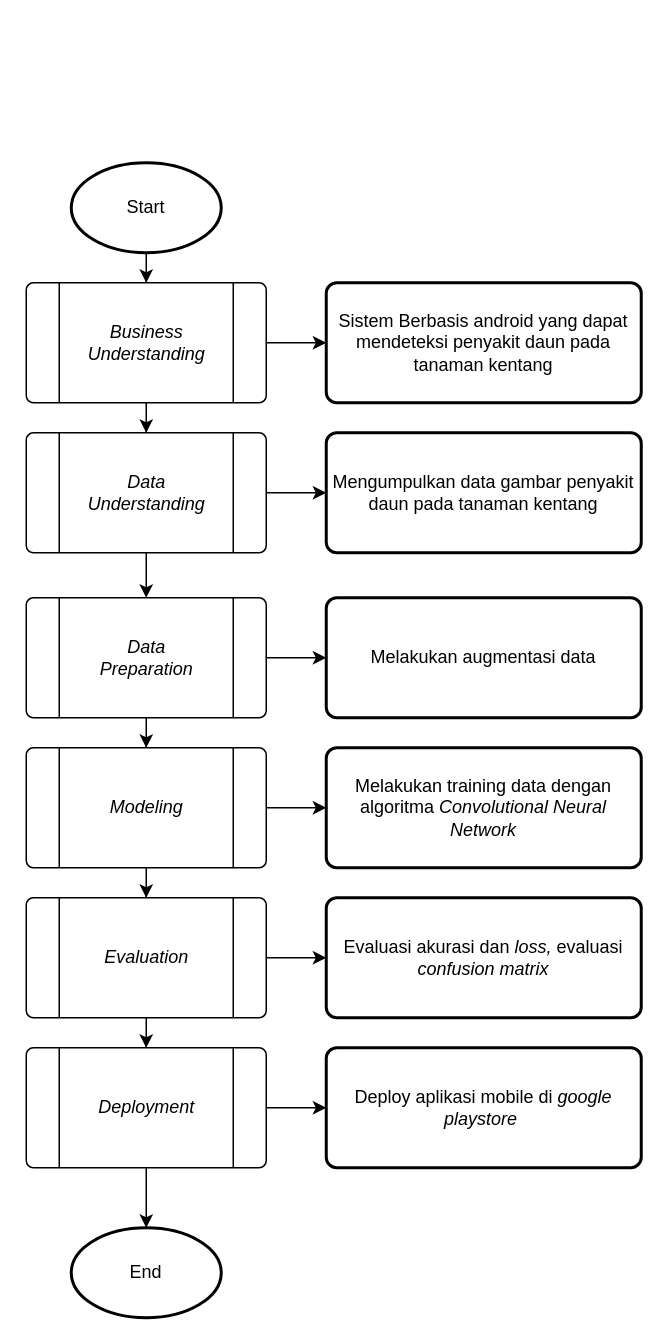
Before: page "Page-2" (2 of 2) of Skripsi.drawio in Ghandi-dev/skripsi, a draw.io diagram. Source tidied: cells renumbered, new cells numbered last; positions are measured from the earlier drawing's top-left corner, leaving out a move shared by most shapes. Both pictures are drawn from the tidied source at 150%, with x=0, y=0 at pixel (26, 162).
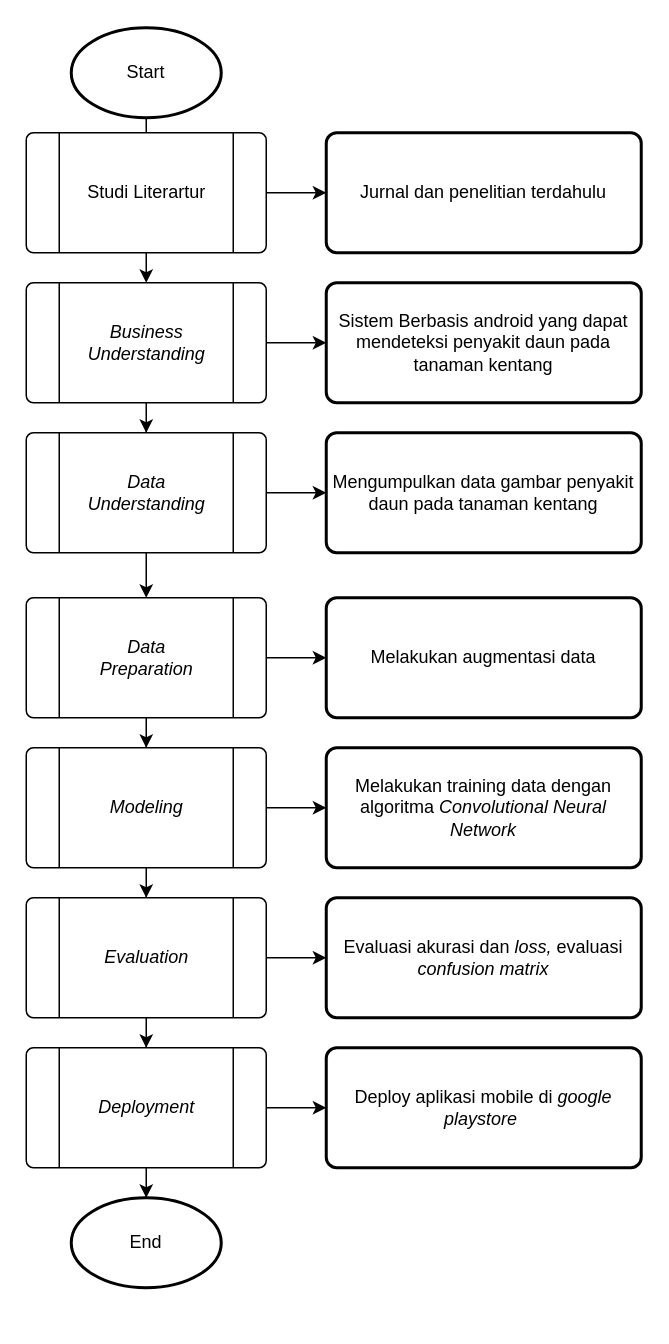
The same page after the edit.

What changed in the source:
```diff
@@
     <mxCell id="3" value="Start" style="strokeWidth=2;html=1;shape=mxgraph.flowchart.start_1;whiteSpace=wrap;" parent="1" vertex="1">
-      <mxGeometry x="30" width="100" height="60" as="geometry" />
+      <mxGeometry x="30" y="-90" width="100" height="60" as="geometry" />
     </mxCell>
@@
     <mxCell id="23" value="End" style="strokeWidth=2;html=1;shape=mxgraph.flowchart.start_1;whiteSpace=wrap;" parent="1" vertex="1">
-      <mxGeometry x="30" y="710" width="100" height="60" as="geometry" />
+      <mxGeometry x="30" y="690" width="100" height="60" as="geometry" />
     </mxCell>
@@
+    <mxCell id="41" style="group;" parent="1" vertex="1">
+      <mxGeometry y="-20" width="160" height="80" as="geometry" />
+    </mxCell>
+    <mxCell id="42" value="&lt;p style=&quot;line-height: 0%;&quot;&gt;&lt;br&gt;&lt;/p&gt;" style="verticalLabelPosition=bottom;verticalAlign=top;html=1;shape=process;whiteSpace=wrap;rounded=1;size=0.14;arcSize=6;align=center;" parent="41" vertex="1">
+      <mxGeometry width="160" height="80" as="geometry" />
+    </mxCell>
+    <mxCell id="43" value="Studi Literartur" style="text;html=1;align=center;verticalAlign=middle;strokeColor=none;fillColor=none;" parent="41" vertex="1">
+      <mxGeometry x="30" y="25" width="100" height="30" as="geometry" />
+    </mxCell>
+    <mxCell id="44" value="Jurnal dan penelitian terdahulu" style="rounded=1;whiteSpace=wrap;html=1;absoluteArcSize=1;arcSize=14;strokeWidth=2;" parent="1" vertex="1">
+      <mxGeometry x="200" y="-20" width="210" height="80" as="geometry" />
+    </mxCell>
+    <mxCell id="45" style="edgeStyle=orthogonalEdgeStyle;rounded=0;jettySize=auto;html=1;entryX=0;entryY=0.5;entryDx=0;entryDy=0;" parent="1" edge="1" source="42" target="44">
+      <mxGeometry relative="1" as="geometry" />
+    </mxCell>
```
